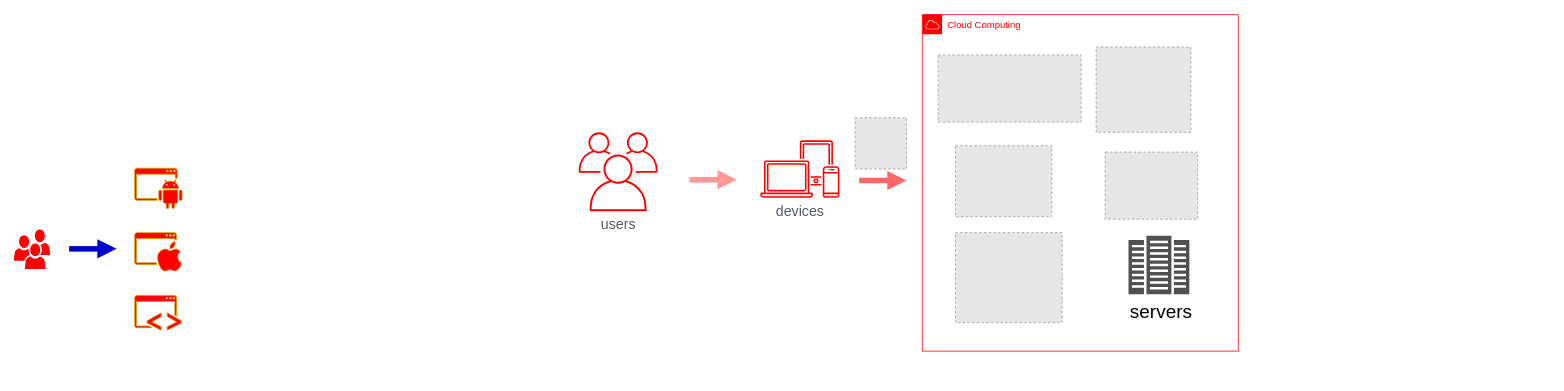
This is Untitled Diagram.drawio from zofvbeaf/blog, a draw.io file, before an edit. Source tidied: cells renumbered, new cells numbered last; positions are measured from the earlier drawing's top-left corner, leaving out a move shared by most shapes. Both pictures are drawn from the tidied source at 79%, with x=0, y=0 at pixel (13, 14). Pictures stored in the file or linked from it are replaced by grey dashed boxes.
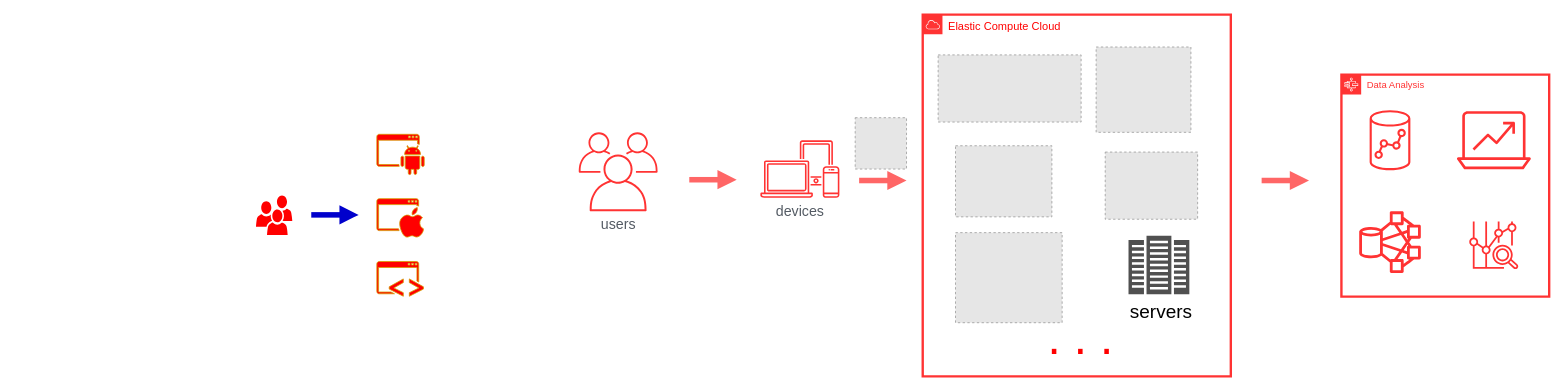
Above is the later version.

The edit, as a diff of the source:
```diff
@@
+    <mxCell id="20" value="&lt;font color=&quot;#ff3333&quot;&gt;Data Analysis&lt;/font&gt;&lt;br&gt;" style="gradientColor=none;html=1;whiteSpace=wrap;fontSize=12;fontStyle=0;shape=mxgraph.aws4.group;grIcon=mxgraph.aws4.group_aws_step_functions_workflow;strokeColor=#FF3333;fillColor=none;verticalAlign=top;align=left;spacingLeft=30;fontColor=#545B64;dashed=0;strokeWidth=3;" parent="1" vertex="1">
+      <mxGeometry x="1680.5" y="76" width="263" height="281" as="geometry" />
+    </mxCell>
     <mxCell id="2" style="shadow=0;dashed=0;html=1;strokeColor=none;labelPosition=center;verticalLabelPosition=bottom;verticalAlign=top;align=center;shape=mxgraph.office.users.users;fillColor=#FF0000;" parent="1" vertex="1">
-      <mxGeometry y="272" width="46" height="50" as="geometry" />
+      <mxGeometry x="306.5" y="229" width="46" height="50" as="geometry" />
     </mxCell>
     <mxCell id="3" style="shadow=0;dashed=0;html=1;strokeColor=#d79b00;fillColor=#FF0000;labelPosition=center;verticalLabelPosition=bottom;verticalAlign=top;align=center;shape=mxgraph.office.concepts.application_android;" parent="1" vertex="1">
-      <mxGeometry x="153" y="194.5" width="60" height="51" as="geometry" />
+      <mxGeometry x="459.5" y="151.5" width="60" height="51" as="geometry" />
     </mxCell>
     <mxCell id="4" style="shadow=0;dashed=0;html=1;strokeColor=#d79b00;fillColor=#FF0000;labelPosition=center;verticalLabelPosition=bottom;verticalAlign=top;align=center;shape=mxgraph.office.concepts.application_ios;" parent="1" vertex="1">
-      <mxGeometry x="153" y="276" width="59" height="49" as="geometry" />
+      <mxGeometry x="459.5" y="233" width="59" height="49" as="geometry" />
     </mxCell>
     <mxCell id="5" style="shadow=0;dashed=0;html=1;strokeColor=#d79b00;fillColor=#FF0000;labelPosition=center;verticalLabelPosition=bottom;verticalAlign=top;align=center;shape=mxgraph.office.concepts.application_hybrid;" parent="1" vertex="1">
-      <mxGeometry x="153" y="355.5" width="59" height="44" as="geometry" />
+      <mxGeometry x="459.5" y="312.5" width="59" height="44" as="geometry" />
     </mxCell>
     <mxCell id="6" style="edgeStyle=orthogonalEdgeStyle;html=1;endArrow=block;elbow=vertical;startArrow=none;endFill=1;strokeColor=#0000CC;rounded=0;strokeWidth=7;" parent="1" edge="1">
       <mxGeometry relative="1" as="geometry">
-        <mxPoint x="70" y="296.5" as="sourcePoint" />
-        <mxPoint x="130" y="296.5" as="targetPoint" />
+        <mxPoint x="376.5" y="253.5" as="sourcePoint" />
+        <mxPoint x="436.5" y="253.5" as="targetPoint" />
       </mxGeometry>
     </mxCell>
-    <mxCell id="7" value="users" style="gradientColor=none;fontColor=#545B64;strokeColor=none;fillColor=#FF0000;dashed=0;verticalLabelPosition=bottom;verticalAlign=top;align=center;html=1;fontSize=18;fontStyle=0;shape=mxgraph.aws4.illustration_users;" parent="1" vertex="1">
+    <mxCell id="7" value="users" style="gradientColor=none;fontColor=#545B64;strokeColor=none;fillColor=#FF3333;dashed=0;verticalLabelPosition=bottom;verticalAlign=top;align=center;html=1;fontSize=18;fontStyle=0;shape=mxgraph.aws4.illustration_users;" parent="1" vertex="1">
       <mxGeometry x="715" y="149" width="100" height="100" as="geometry" />
     </mxCell>
-    <mxCell id="8" value="devices" style="gradientColor=none;fontColor=#545B64;strokeColor=none;fillColor=#FF0000;dashed=0;verticalLabelPosition=bottom;verticalAlign=top;align=center;html=1;fontSize=18;fontStyle=0;shape=mxgraph.aws4.illustration_devices;" parent="1" vertex="1">
+    <mxCell id="8" value="devices" style="gradientColor=none;fontColor=#545B64;strokeColor=none;fillColor=#FF3333;dashed=0;verticalLabelPosition=bottom;verticalAlign=top;align=center;html=1;fontSize=18;fontStyle=0;shape=mxgraph.aws4.illustration_devices;" parent="1" vertex="1">
       <mxGeometry x="945" y="159" width="100" height="73" as="geometry" />
     </mxCell>
-    <mxCell id="9" style="edgeStyle=orthogonalEdgeStyle;html=1;endArrow=block;elbow=vertical;startArrow=none;endFill=1;strokeColor=#FF9999;rounded=0;strokeWidth=7;" parent="1" edge="1">
+    <mxCell id="9" style="edgeStyle=orthogonalEdgeStyle;html=1;endArrow=block;elbow=vertical;startArrow=none;endFill=1;strokeColor=#FF6666;rounded=0;strokeWidth=7;" parent="1" edge="1">
       <mxGeometry relative="1" as="geometry">
         <mxPoint x="855" y="209" as="sourcePoint" />
         <mxPoint x="915" y="209" as="targetPoint" />
       </mxGeometry>
     </mxCell>
-    <mxCell id="10" value="Cloud Computing" style="gradientColor=none;html=1;whiteSpace=wrap;fontSize=12;fontStyle=0;shape=mxgraph.aws4.group;grIcon=mxgraph.aws4.group_aws_cloud;strokeColor=#FF0000;fillColor=none;verticalAlign=top;align=left;spacingLeft=30;fontColor=#FF0000;dashed=0;" parent="1" vertex="1">
-      <mxGeometry x="1150" width="400" height="426" as="geometry" />
+    <mxCell id="10" value="&lt;span&gt;Elastic Compute Cloud&lt;/span&gt;" style="gradientColor=none;html=1;whiteSpace=wrap;fontSize=14;fontStyle=0;shape=mxgraph.aws4.group;grIcon=mxgraph.aws4.group_aws_cloud;strokeColor=#FF3333;fillColor=none;verticalAlign=top;align=left;spacingLeft=30;fontColor=#FF0000;dashed=0;strokeWidth=3;" parent="1" vertex="1">
+      <mxGeometry x="1150.5" width="390" height="458" as="geometry" />
     </mxCell>
@@
+    <mxCell id="21" value="&lt;font style=&quot;font-size: 60px;&quot;&gt;. . .&lt;/font&gt;" style="text;html=1;align=center;verticalAlign=middle;fillColor=none;strokeColor=none;rounded=0;fontSize=60;fontColor=#FF0000;" parent="1" vertex="1">
+      <mxGeometry x="1310.5" y="390" width="79" height="37" as="geometry" />
+    </mxCell>
+    <mxCell id="22" style="edgeStyle=orthogonalEdgeStyle;html=1;endArrow=block;elbow=vertical;startArrow=none;endFill=1;strokeColor=#FF6666;rounded=0;strokeWidth=7;" parent="1" edge="1">
+      <mxGeometry relative="1" as="geometry">
+        <mxPoint x="1579.5" y="210" as="sourcePoint" />
+        <mxPoint x="1639.5" y="210" as="targetPoint" />
+      </mxGeometry>
+    </mxCell>
+    <mxCell id="23" style="fontColor=#232F3E;gradientColor=#FFFFFF;gradientDirection=north;fillColor=#FFFFFF;strokeColor=#FF3333;dashed=0;verticalLabelPosition=bottom;verticalAlign=top;align=center;html=1;fontSize=12;fontStyle=0;shape=mxgraph.aws4.resourceIcon;resIcon=mxgraph.aws4.analytics;" parent="1" vertex="1">
+      <mxGeometry x="1815" y="100.5" width="117" height="117" as="geometry" />
+    </mxCell>
+    <mxCell id="24" style="fontColor=#232F3E;gradientColor=#FFFFFF;gradientDirection=north;fillColor=#FFFFFF;strokeColor=#FF3333;dashed=0;verticalLabelPosition=bottom;verticalAlign=top;align=center;html=1;fontSize=12;fontStyle=0;shape=mxgraph.aws4.resourceIcon;resIcon=mxgraph.aws4.redshift;" parent="1" vertex="1">
+      <mxGeometry x="1694.5" y="111.5" width="95" height="95" as="geometry" />
+    </mxCell>
+    <mxCell id="25" style="fontColor=#232F3E;gradientColor=none;fillColor=#FF3333;strokeColor=none;dashed=0;verticalLabelPosition=bottom;verticalAlign=top;align=center;html=1;fontSize=12;fontStyle=0;shape=mxgraph.aws4.hdfs_cluster;" parent="1" vertex="1">
+      <mxGeometry x="1703" y="249" width="78" height="78" as="geometry" />
+    </mxCell>
+    <mxCell id="26" style="fontColor=#232F3E;gradientColor=#FFFFFF;gradientDirection=north;fillColor=#FFFFFF;strokeColor=#FF3333;dashed=0;verticalLabelPosition=bottom;verticalAlign=top;align=center;html=1;fontSize=12;fontStyle=0;shape=mxgraph.aws4.resourceIcon;resIcon=mxgraph.aws4.cost_explorer;" parent="1" vertex="1">
+      <mxGeometry x="1834.5" y="253" width="78" height="78" as="geometry" />
+    </mxCell>
```
